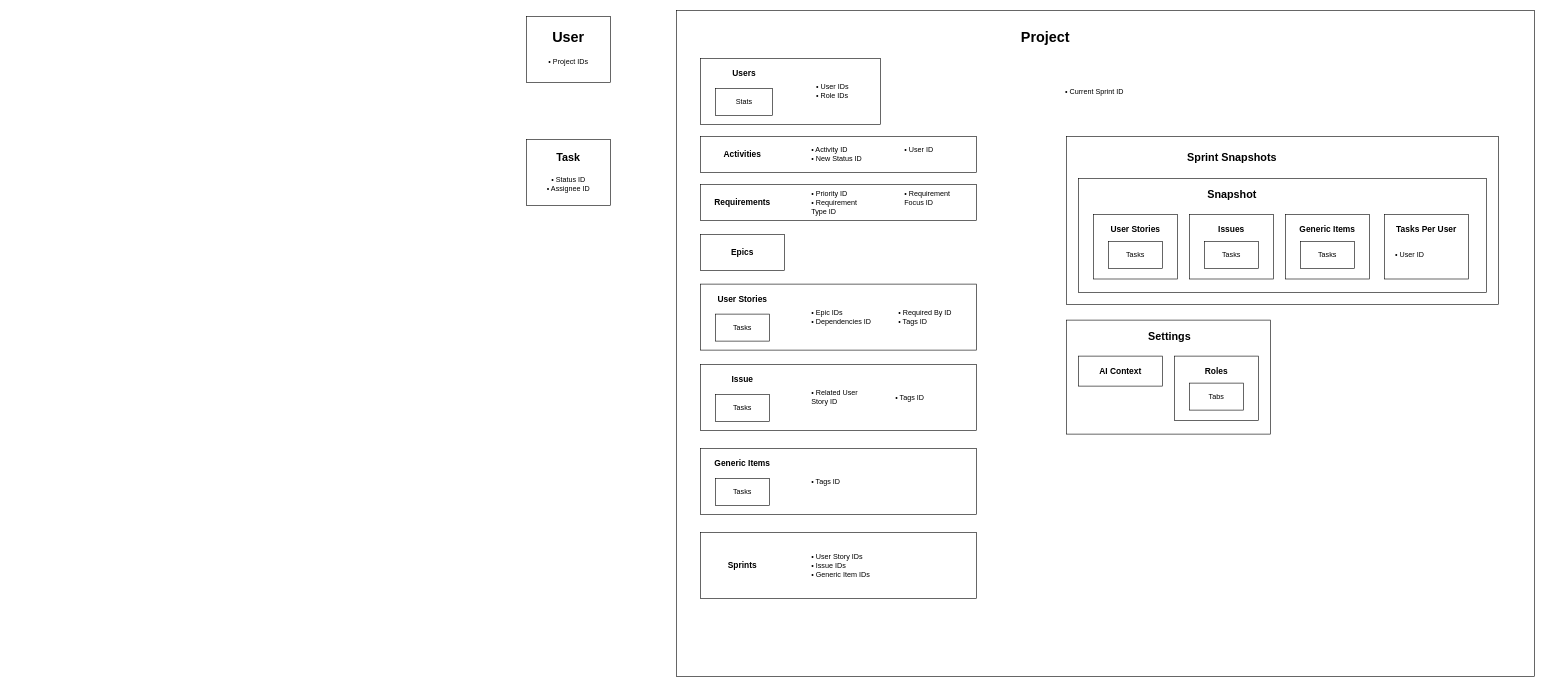
Before: diagrams/firebase_schema.drawio in Apantli/Tenor, a draw.io diagram. Source tidied: cells renumbered, new cells numbered last; positions are measured from the earlier drawing's top-left corner, leaving out a move shared by most shapes. Both pictures are drawn from the tidied source at 60%, with x=0, y=0 at pixel (526, 10).
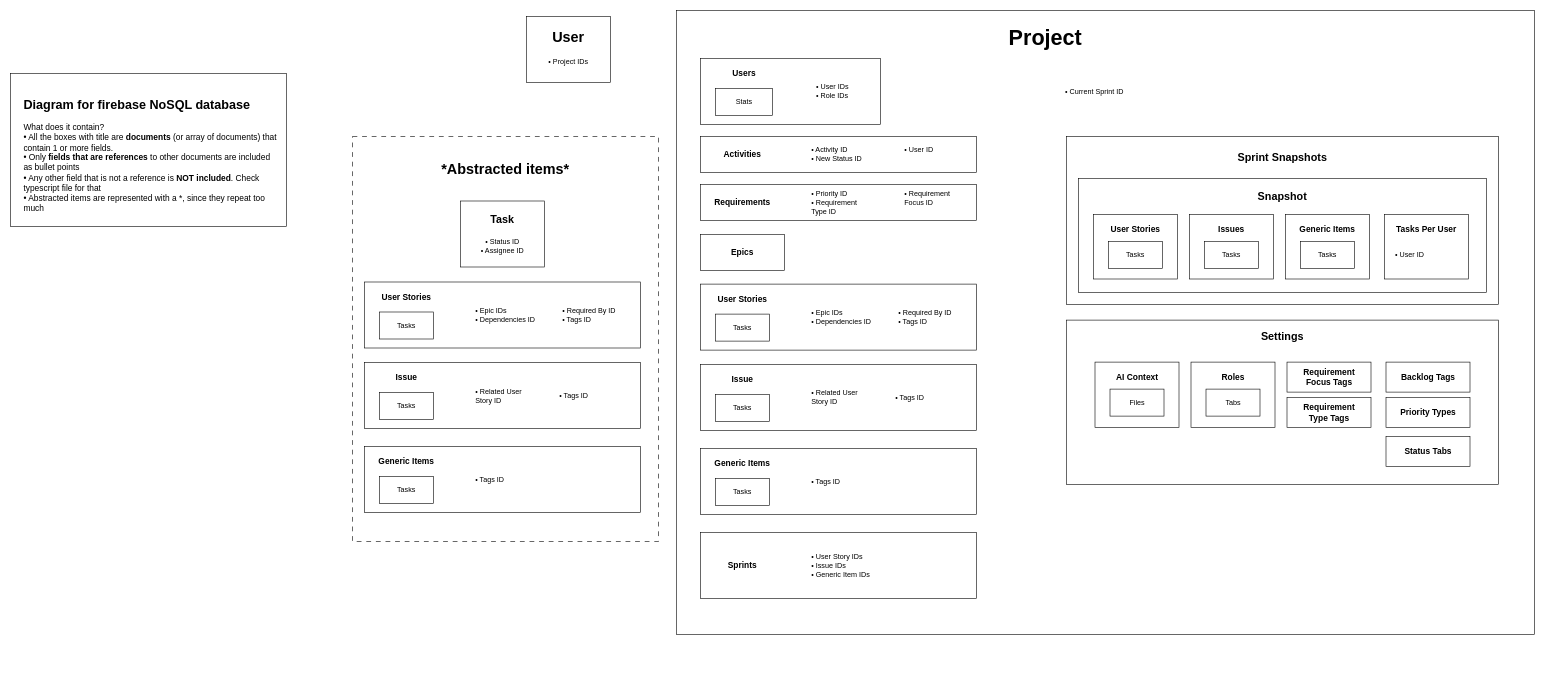
The same diagram, later.

Commit message:
Add completed firebase_schema before adding abstraction

Change to the diagram source:
```diff
@@
+    <mxCell id="73" style="rounded=0;whiteSpace=wrap;html=1;fillColor=none;dashed=1;dashPattern=8 8;fillStyle=zigzag-line;gradientColor=default;" parent="1" vertex="1">
+      <mxGeometry x="-290" y="210" width="510" height="675" as="geometry" />
+    </mxCell>
+    <mxCell id="74" style="rounded=0;whiteSpace=wrap;html=1;" parent="1" vertex="1">
+      <mxGeometry x="-860" y="105" width="460" height="255" as="geometry" />
+    </mxCell>
     <mxCell id="2" style="rounded=0;whiteSpace=wrap;html=1;" parent="1" vertex="1">
-      <mxGeometry x="250" width="1430" height="1110" as="geometry" />
+      <mxGeometry x="250" width="1430" height="1040" as="geometry" />
     </mxCell>
-    <mxCell id="3" value="&lt;h1&gt;Project&lt;/h1&gt;" style="text;html=1;align=center;verticalAlign=middle;whiteSpace=wrap;rounded=0;" parent="1" vertex="1">
+    <mxCell id="3" value="&lt;h1&gt;Project&lt;/h1&gt;" style="text;html=1;align=center;verticalAlign=middle;whiteSpace=wrap;rounded=0;fontSize=18;" parent="1" vertex="1">
       <mxGeometry x="800" y="30" width="130" height="30" as="geometry" />
     </mxCell>
@@
     <mxCell id="17" value="&lt;h2&gt;Sprint Snapshots&lt;/h2&gt;" style="text;html=1;align=center;verticalAlign=middle;whiteSpace=wrap;rounded=0;" parent="1" vertex="1">
-      <mxGeometry x="1051" y="230" width="250" height="30" as="geometry" />
+      <mxGeometry x="1135" y="230" width="250" height="30" as="geometry" />
     </mxCell>
@@
     <mxCell id="31" value="&lt;h2&gt;Snapshot&lt;/h2&gt;" style="text;html=1;align=center;verticalAlign=middle;whiteSpace=wrap;rounded=0;" parent="1" vertex="1">
-      <mxGeometry x="1116" y="292" width="120" height="30" as="geometry" />
+      <mxGeometry x="1200" y="295" width="120" height="30" as="geometry" />
     </mxCell>
     <mxCell id="32" style="rounded=0;whiteSpace=wrap;html=1;" parent="1" vertex="1">
-      <mxGeometry x="900" y="516" width="340" height="190" as="geometry" />
+      <mxGeometry x="900" y="516" width="720" height="274" as="geometry" />
     </mxCell>
+    <mxCell id="75" style="rounded=0;whiteSpace=wrap;html=1;" parent="1" vertex="1">
+      <mxGeometry x="947.5" y="586" width="140" height="109" as="geometry" />
+    </mxCell>
     <mxCell id="33" value="&lt;h2&gt;Settings&lt;/h2&gt;" style="text;html=1;align=center;verticalAlign=middle;whiteSpace=wrap;rounded=0;" parent="1" vertex="1">
-      <mxGeometry x="947" y="529" width="250" height="30" as="geometry" />
+      <mxGeometry x="1135" y="529" width="250" height="30" as="geometry" />
     </mxCell>
-    <mxCell id="34" style="rounded=0;whiteSpace=wrap;html=1;" parent="1" vertex="1">
-      <mxGeometry x="920" y="576" width="140" height="50" as="geometry" />
-    </mxCell>
     <mxCell id="35" value="&lt;h3&gt;AI Context&lt;/h3&gt;" style="text;html=1;align=center;verticalAlign=middle;whiteSpace=wrap;rounded=0;" parent="1" vertex="1">
-      <mxGeometry x="930" y="586" width="120" height="30" as="geometry" />
+      <mxGeometry x="957.5" y="596" width="120" height="30" as="geometry" />
     </mxCell>
     <mxCell id="36" style="rounded=0;whiteSpace=wrap;html=1;" parent="1" vertex="1">
-      <mxGeometry x="1080" y="576" width="140" height="107.5" as="geometry" />
+      <mxGeometry x="1107.5" y="586" width="140" height="109" as="geometry" />
     </mxCell>
     <mxCell id="37" value="&lt;h3&gt;Roles&lt;/h3&gt;" style="text;html=1;align=center;verticalAlign=middle;whiteSpace=wrap;rounded=0;" parent="1" vertex="1">
-      <mxGeometry x="1120" y="586" width="60" height="30" as="geometry" />
+      <mxGeometry x="1147.5" y="596" width="60" height="30" as="geometry" />
     </mxCell>
     <mxCell id="38" style="rounded=0;whiteSpace=wrap;html=1;" parent="1" vertex="1">
-      <mxGeometry x="1105" y="621" width="90" height="45" as="geometry" />
+      <mxGeometry x="1132.5" y="631" width="90" height="45" as="geometry" />
     </mxCell>
     <mxCell id="39" value="Tabs" style="text;html=1;align=center;verticalAlign=middle;whiteSpace=wrap;rounded=0;" parent="1" vertex="1">
-      <mxGeometry x="1120" y="628.5" width="60" height="30" as="geometry" />
+      <mxGeometry x="1147.5" y="638.5" width="60" height="30" as="geometry" />
     </mxCell>
@@
     <mxCell id="53" style="rounded=0;whiteSpace=wrap;html=1;" parent="1" vertex="1">
-      <mxGeometry y="215" width="140" height="110" as="geometry" />
+      <mxGeometry x="-110" y="317.5" width="140" height="110" as="geometry" />
     </mxCell>
     <mxCell id="54" value="&lt;h2&gt;Task&lt;/h2&gt;" style="text;html=1;align=center;verticalAlign=middle;whiteSpace=wrap;rounded=0;" parent="1" vertex="1">
-      <mxGeometry x="40" y="230" width="60" height="30" as="geometry" />
+      <mxGeometry x="-70" y="332.5" width="60" height="30" as="geometry" />
     </mxCell>
     <mxCell id="55" value="&lt;p&gt;&lt;/p&gt;&lt;span style=&quot;background-color: transparent; color: light-dark(rgb(0, 0, 0), rgb(255, 255, 255));&quot;&gt;• Status ID&lt;br&gt;&lt;/span&gt;&lt;div&gt;&lt;span style=&quot;background-color: transparent; color: light-dark(rgb(0, 0, 0), rgb(255, 255, 255));&quot;&gt;• Assignee ID&lt;/span&gt;&lt;p&gt;&lt;/p&gt;&lt;/div&gt;" style="text;html=1;align=center;verticalAlign=middle;whiteSpace=wrap;rounded=0;" parent="1" vertex="1">
-      <mxGeometry x="20" y="275" width="100" height="30" as="geometry" />
+      <mxGeometry x="-90" y="377.5" width="100" height="30" as="geometry" />
     </mxCell>
@@
+    <mxCell id="76" style="rounded=0;whiteSpace=wrap;html=1;" parent="1" vertex="1">
+      <mxGeometry x="1267.5" y="586" width="140" height="50" as="geometry" />
+    </mxCell>
+    <mxCell id="77" value="&lt;h3&gt;Requirement Focus Tags&lt;/h3&gt;" style="text;html=1;align=center;verticalAlign=middle;whiteSpace=wrap;rounded=0;" parent="1" vertex="1">
+      <mxGeometry x="1277.5" y="596" width="120" height="30" as="geometry" />
+    </mxCell>
+    <mxCell id="78" style="rounded=0;whiteSpace=wrap;html=1;" parent="1" vertex="1">
+      <mxGeometry x="1267.5" y="645" width="140" height="50" as="geometry" />
+    </mxCell>
+    <mxCell id="79" value="&lt;h3&gt;Requirement Type Tags&lt;/h3&gt;" style="text;html=1;align=center;verticalAlign=middle;whiteSpace=wrap;rounded=0;" parent="1" vertex="1">
+      <mxGeometry x="1277.5" y="655" width="120" height="30" as="geometry" />
+    </mxCell>
+    <mxCell id="80" style="rounded=0;whiteSpace=wrap;html=1;" parent="1" vertex="1">
+      <mxGeometry x="1432.5" y="586" width="140" height="50" as="geometry" />
+    </mxCell>
+    <mxCell id="81" value="&lt;h3&gt;Backlog Tags&lt;/h3&gt;" style="text;html=1;align=center;verticalAlign=middle;whiteSpace=wrap;rounded=0;" parent="1" vertex="1">
+      <mxGeometry x="1442.5" y="596" width="120" height="30" as="geometry" />
+    </mxCell>
+    <mxCell id="82" style="rounded=0;whiteSpace=wrap;html=1;" parent="1" vertex="1">
+      <mxGeometry x="1432.5" y="645" width="140" height="50" as="geometry" />
+    </mxCell>
+    <mxCell id="83" value="&lt;h3&gt;Priority Types&lt;/h3&gt;" style="text;html=1;align=center;verticalAlign=middle;whiteSpace=wrap;rounded=0;" parent="1" vertex="1">
+      <mxGeometry x="1442.5" y="655" width="120" height="30" as="geometry" />
+    </mxCell>
+    <mxCell id="84" style="rounded=0;whiteSpace=wrap;html=1;" parent="1" vertex="1">
+      <mxGeometry x="972.5" y="631" width="90" height="45" as="geometry" />
+    </mxCell>
+    <mxCell id="85" value="Files" style="text;html=1;align=center;verticalAlign=middle;whiteSpace=wrap;rounded=0;" parent="1" vertex="1">
+      <mxGeometry x="987.5" y="638.5" width="60" height="30" as="geometry" />
+    </mxCell>
+    <mxCell id="86" style="rounded=0;whiteSpace=wrap;html=1;" parent="1" vertex="1">
+      <mxGeometry x="1432.5" y="710" width="140" height="50" as="geometry" />
+    </mxCell>
+    <mxCell id="87" value="&lt;h3&gt;Status Tabs&lt;/h3&gt;" style="text;html=1;align=center;verticalAlign=middle;whiteSpace=wrap;rounded=0;" parent="1" vertex="1">
+      <mxGeometry x="1442.5" y="720" width="120" height="30" as="geometry" />
+    </mxCell>
+    <mxCell id="88" value="&lt;h2&gt;&lt;b&gt;Diagram for firebase NoSQL database&lt;/b&gt;&lt;/h2&gt;&lt;div&gt;What does it contain?&lt;/div&gt;&lt;div&gt;• All the boxes with title are &lt;b&gt;documents&lt;/b&gt;&amp;nbsp;(or array of documents) that contain 1 or more fields.&lt;/div&gt;&lt;div&gt;• Only &lt;b&gt;fields that are&amp;nbsp;references&lt;/b&gt; to other documents are included as bullet points&lt;/div&gt;&lt;div&gt;• Any other field that is not a reference is &lt;b&gt;NOT included&lt;/b&gt;. Check typescript file for that&lt;/div&gt;&lt;div&gt;• Abstracted items are represented with a *, since they repeat too much&lt;/div&gt;" style="text;html=1;align=left;verticalAlign=top;whiteSpace=wrap;rounded=0;fontSize=14;" parent="1" vertex="1">
+      <mxGeometry x="-840" y="120" width="430" height="220" as="geometry" />
+    </mxCell>
+    <mxCell id="89" style="rounded=0;whiteSpace=wrap;html=1;" parent="1" vertex="1">
+      <mxGeometry x="-270" y="452.5" width="460" height="110" as="geometry" />
+    </mxCell>
+    <mxCell id="90" style="rounded=0;whiteSpace=wrap;html=1;" parent="1" vertex="1">
+      <mxGeometry x="-245" y="502.5" width="90" height="45" as="geometry" />
+    </mxCell>
+    <mxCell id="91" value="Tasks" style="text;html=1;align=center;verticalAlign=middle;whiteSpace=wrap;rounded=0;" parent="1" vertex="1">
+      <mxGeometry x="-230" y="510" width="60" height="30" as="geometry" />
+    </mxCell>
+    <mxCell id="92" value="&lt;h3&gt;User Stories&lt;/h3&gt;" style="text;html=1;align=center;verticalAlign=middle;whiteSpace=wrap;rounded=0;" parent="1" vertex="1">
+      <mxGeometry x="-260" y="462.5" width="120" height="30" as="geometry" />
+    </mxCell>
+    <mxCell id="93" value="&lt;p&gt;&lt;/p&gt;&lt;span style=&quot;background-color: transparent; color: light-dark(rgb(0, 0, 0), rgb(255, 255, 255));&quot;&gt;• Epic IDs&lt;/span&gt;&lt;br&gt;&lt;span style=&quot;background-color: transparent; color: light-dark(rgb(0, 0, 0), rgb(255, 255, 255));&quot;&gt;• Dependencies&lt;/span&gt;&lt;span style=&quot;background-color: transparent; color: light-dark(rgb(0, 0, 0), rgb(255, 255, 255));&quot;&gt;&amp;nbsp;ID&lt;/span&gt;&lt;div&gt;&lt;div&gt;&lt;p&gt;&lt;/p&gt;&lt;/div&gt;&lt;/div&gt;" style="text;html=1;align=left;verticalAlign=middle;whiteSpace=wrap;rounded=0;fontSize=12;spacing=0;spacingBottom=0;horizontal=1;" parent="1" vertex="1">
+      <mxGeometry x="-85" y="482.5" width="105" height="50" as="geometry" />
+    </mxCell>
+    <mxCell id="94" value="&lt;p&gt;&lt;/p&gt;&lt;span style=&quot;background-color: transparent; color: light-dark(rgb(0, 0, 0), rgb(255, 255, 255));&quot;&gt;• Required By ID&lt;/span&gt;&lt;div&gt;&lt;span style=&quot;background-color: transparent; color: light-dark(rgb(0, 0, 0), rgb(255, 255, 255));&quot;&gt;• T&lt;/span&gt;&lt;span style=&quot;background-color: transparent;&quot;&gt;ags ID&lt;/span&gt;&lt;div&gt;&lt;div&gt;&lt;p&gt;&lt;/p&gt;&lt;/div&gt;&lt;/div&gt;&lt;/div&gt;" style="text;html=1;align=left;verticalAlign=middle;whiteSpace=wrap;rounded=0;fontSize=12;spacing=0;spacingBottom=0;horizontal=1;" parent="1" vertex="1">
+      <mxGeometry x="60" y="482.5" width="105" height="50" as="geometry" />
+    </mxCell>
+    <mxCell id="95" style="rounded=0;whiteSpace=wrap;html=1;" parent="1" vertex="1">
+      <mxGeometry x="-270" y="586.5" width="460" height="110" as="geometry" />
+    </mxCell>
+    <mxCell id="96" style="rounded=0;whiteSpace=wrap;html=1;" parent="1" vertex="1">
+      <mxGeometry x="-245" y="636.5" width="90" height="45" as="geometry" />
+    </mxCell>
+    <mxCell id="97" value="Tasks" style="text;html=1;align=center;verticalAlign=middle;whiteSpace=wrap;rounded=0;" parent="1" vertex="1">
+      <mxGeometry x="-230" y="644" width="60" height="30" as="geometry" />
+    </mxCell>
+    <mxCell id="98" value="&lt;h3&gt;Issue&lt;/h3&gt;" style="text;html=1;align=center;verticalAlign=middle;whiteSpace=wrap;rounded=0;" parent="1" vertex="1">
+      <mxGeometry x="-260" y="596.5" width="120" height="30" as="geometry" />
+    </mxCell>
+    <mxCell id="99" value="&lt;p&gt;&lt;/p&gt;&lt;span style=&quot;background-color: transparent; color: light-dark(rgb(0, 0, 0), rgb(255, 255, 255));&quot;&gt;• R&lt;/span&gt;&lt;span style=&quot;background-color: transparent;&quot;&gt;elated User Story ID&amp;nbsp;&lt;/span&gt;&lt;div&gt;&lt;div&gt;&lt;div&gt;&lt;div&gt;&lt;div&gt;&lt;p&gt;&lt;/p&gt;&lt;/div&gt;&lt;/div&gt;&lt;/div&gt;&lt;/div&gt;&lt;/div&gt;" style="text;html=1;align=left;verticalAlign=middle;whiteSpace=wrap;rounded=0;fontSize=12;spacing=0;spacingBottom=0;horizontal=1;" parent="1" vertex="1">
+      <mxGeometry x="-85" y="616.5" width="105" height="50" as="geometry" />
+    </mxCell>
+    <mxCell id="100" value="&lt;p&gt;&lt;/p&gt;&lt;span style=&quot;color: light-dark(rgb(0, 0, 0), rgb(255, 255, 255)); background-color: transparent;&quot;&gt;• T&lt;/span&gt;&lt;span style=&quot;background-color: transparent;&quot;&gt;ags ID&lt;/span&gt;&lt;div&gt;&lt;div&gt;&lt;div&gt;&lt;div&gt;&lt;div&gt;&lt;p&gt;&lt;/p&gt;&lt;/div&gt;&lt;/div&gt;&lt;/div&gt;&lt;/div&gt;&lt;/div&gt;" style="text;html=1;align=left;verticalAlign=middle;whiteSpace=wrap;rounded=0;fontSize=12;spacing=0;spacingBottom=0;horizontal=1;" parent="1" vertex="1">
+      <mxGeometry x="55" y="616.5" width="105" height="50" as="geometry" />
+    </mxCell>
+    <mxCell id="101" style="rounded=0;whiteSpace=wrap;html=1;" parent="1" vertex="1">
+      <mxGeometry x="-270" y="726.5" width="460" height="110" as="geometry" />
+    </mxCell>
+    <mxCell id="102" style="rounded=0;whiteSpace=wrap;html=1;" parent="1" vertex="1">
+      <mxGeometry x="-245" y="776.5" width="90" height="45" as="geometry" />
+    </mxCell>
+    <mxCell id="103" value="Tasks" style="text;html=1;align=center;verticalAlign=middle;whiteSpace=wrap;rounded=0;" parent="1" vertex="1">
+      <mxGeometry x="-230" y="784" width="60" height="30" as="geometry" />
+    </mxCell>
+    <mxCell id="104" value="&lt;h3&gt;Generic Items&lt;/h3&gt;" style="text;html=1;align=center;verticalAlign=middle;whiteSpace=wrap;rounded=0;" parent="1" vertex="1">
+      <mxGeometry x="-260" y="736.5" width="120" height="30" as="geometry" />
+    </mxCell>
+    <mxCell id="105" value="&lt;p&gt;&lt;/p&gt;&lt;span style=&quot;background-color: transparent; color: light-dark(rgb(0, 0, 0), rgb(255, 255, 255));&quot;&gt;• Tags ID&lt;/span&gt;&lt;div&gt;&lt;div&gt;&lt;div&gt;&lt;div&gt;&lt;div&gt;&lt;p&gt;&lt;/p&gt;&lt;/div&gt;&lt;/div&gt;&lt;/div&gt;&lt;/div&gt;&lt;/div&gt;" style="text;html=1;align=left;verticalAlign=middle;whiteSpace=wrap;rounded=0;fontSize=12;spacing=0;spacingBottom=0;horizontal=1;" parent="1" vertex="1">
+      <mxGeometry x="-85" y="756.5" width="105" height="50" as="geometry" />
+    </mxCell>
+    <mxCell id="106" value="&lt;h1&gt;*Abstracted items*&lt;/h1&gt;" style="text;html=1;align=center;verticalAlign=middle;whiteSpace=wrap;rounded=0;" parent="1" vertex="1">
+      <mxGeometry x="-170" y="250" width="270" height="30" as="geometry" />
+    </mxCell>
```
